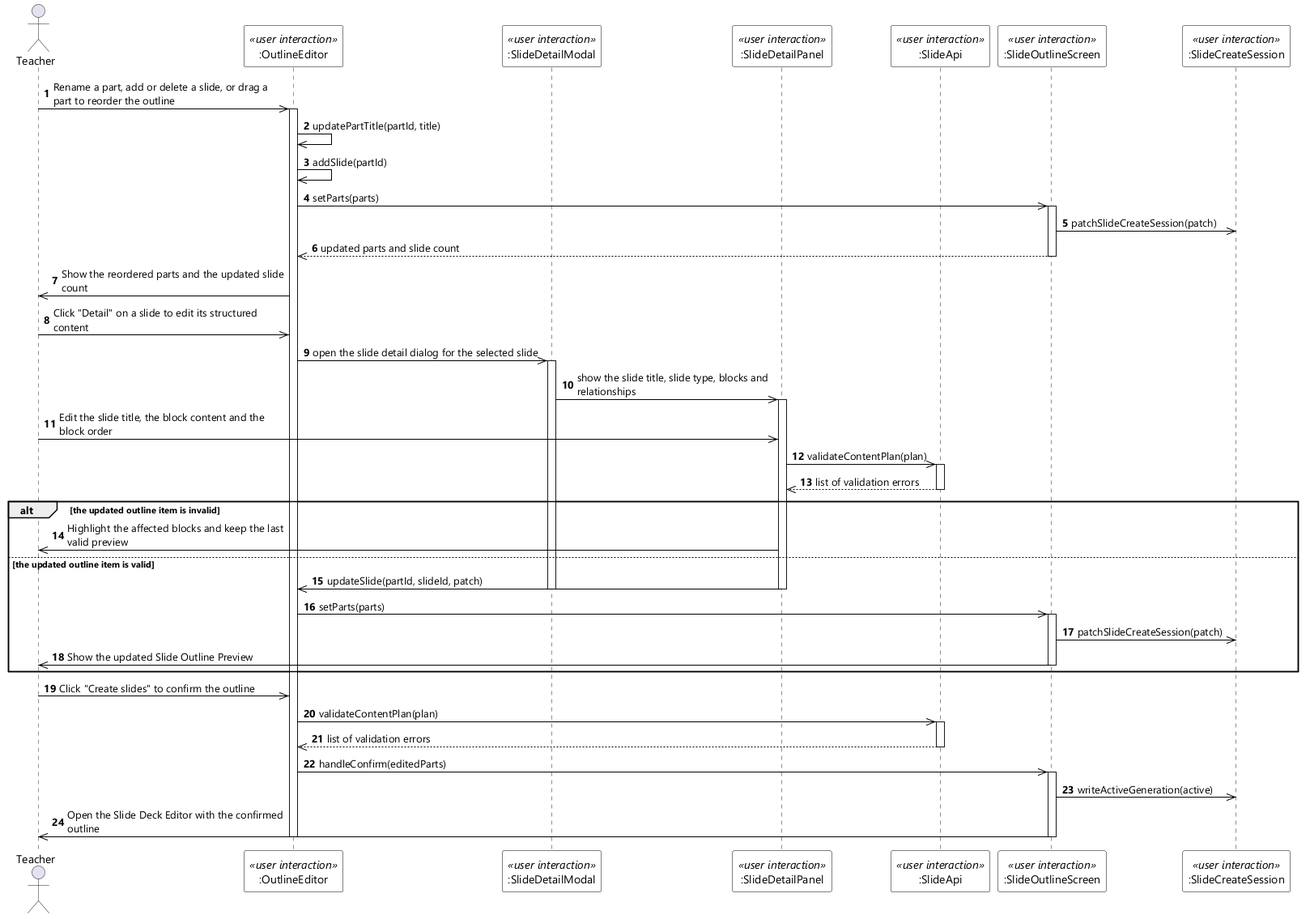
Before: designs/sds-diagrams/uc13/uc13-sequence-diagram-stereo.png, a diagram exported from PlantUML (EduA-system/EduA-system). The source it was exported from:
```plantuml
@startuml UC-13 Edit Slide Outline - Sequence Diagram (stereo)
skinparamlocked dpi 96
skinparam defaultFontName "Segoe UI"
skinparam shadowing false
skinparam ParticipantBackgroundColor #FFFFFF
skinparam ParticipantBorderColor #000000
skinparam ArrowColor #000000
skinparam sequenceMessageAlign left
skinparam maxMessageSize 280

actor Teacher
participant ":OutlineEditor" as OE <<user interaction>>
participant ":SlideDetailModal" as MODAL <<user interaction>>
participant ":SlideDetailPanel" as PANEL <<user interaction>>
participant ":SlideApi" as API <<user interaction>>
participant ":SlideOutlineScreen" as SCR <<user interaction>>
participant ":SlideCreateSession" as SESSION <<user interaction>>

autonumber
Teacher ->> OE : Rename a part, add or delete a slide, or drag a part to reorder the outline
activate OE
OE ->> OE : updatePartTitle(partId, title)
OE ->> OE : addSlide(partId)
OE ->> SCR : setParts(parts)
activate SCR
SCR ->> SESSION : patchSlideCreateSession(patch)
SCR -->> OE : updated parts and slide count
deactivate SCR
OE ->> Teacher : Show the reordered parts and the updated slide count

Teacher ->> OE : Click "Detail" on a slide to edit its structured content
OE ->> MODAL : open the slide detail dialog for the selected slide
activate MODAL
MODAL ->> PANEL : show the slide title, slide type, blocks and relationships
activate PANEL
Teacher ->> PANEL : Edit the slide title, the block content and the block order
PANEL ->> API : validateContentPlan(plan)
activate API
API -->> PANEL : list of validation errors
deactivate API

alt the updated outline item is invalid
  PANEL ->> Teacher : Highlight the affected blocks and keep the last valid preview
else the updated outline item is valid
  PANEL ->> OE : updateSlide(partId, slideId, patch)
  deactivate PANEL
  deactivate MODAL
  OE ->> SCR : setParts(parts)
  activate SCR
  SCR ->> SESSION : patchSlideCreateSession(patch)
  SCR ->> Teacher : Show the updated Slide Outline Preview
  deactivate SCR
end

Teacher ->> OE : Click "Create slides" to confirm the outline
OE ->> API : validateContentPlan(plan)
activate API
API -->> OE : list of validation errors
deactivate API
OE ->> SCR : handleConfirm(editedParts)
activate SCR
SCR ->> SESSION : writeActiveGeneration(active)
SCR ->> Teacher : Open the Slide Deck Editor with the confirmed outline
deactivate SCR
deactivate OE
@enduml
```
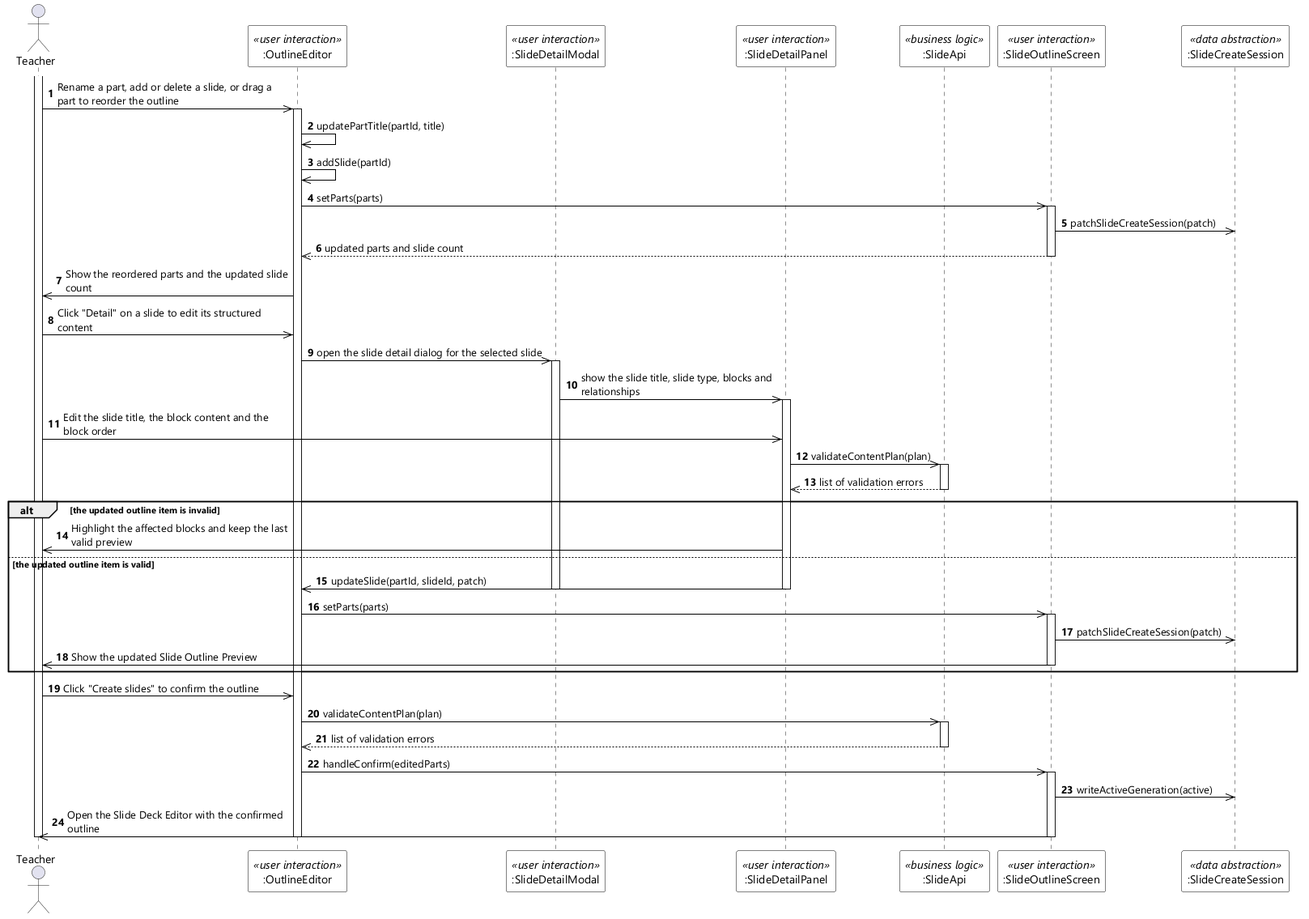
Above is the later version.

Diff of the diagram source:
```diff
@@ -12,11 +12,12 @@
 participant ":OutlineEditor" as OE <<user interaction>>
 participant ":SlideDetailModal" as MODAL <<user interaction>>
 participant ":SlideDetailPanel" as PANEL <<user interaction>>
-participant ":SlideApi" as API <<user interaction>>
+participant ":SlideApi" as API <<business logic>>
 participant ":SlideOutlineScreen" as SCR <<user interaction>>
-participant ":SlideCreateSession" as SESSION <<user interaction>>
+participant ":SlideCreateSession" as SESSION <<data abstraction>>
 
 autonumber
+activate Teacher
 Teacher ->> OE : Rename a part, add or delete a slide, or drag a part to reorder the outline
 activate OE
 OE ->> OE : updatePartTitle(partId, title)
@@ -63,4 +64,5 @@
 SCR ->> Teacher : Open the Slide Deck Editor with the confirmed outline
 deactivate SCR
 deactivate OE
+deactivate Teacher
 @enduml
```
